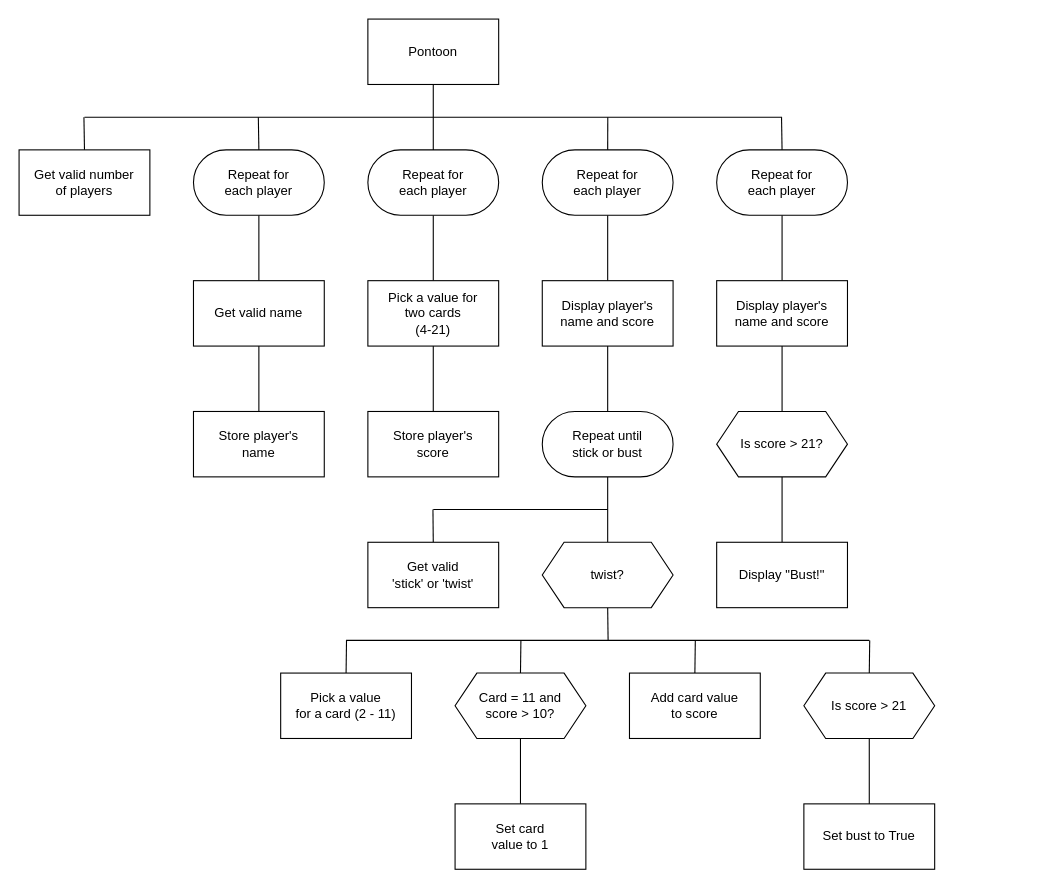
Earlier version of the draw.io diagram n5/sdd/N5-SDD-Pontoon/assets/N5-SDD-Pontoon.drawio (MrFriendCS/MrFriendCS.github.io). Source tidied: cells renumbered, new cells numbered last; positions are measured from the earlier drawing's top-left corner, leaving out a move shared by most shapes. Both pictures are drawn from the tidied source at 109%, with x=0, y=0 at pixel (19, 19).
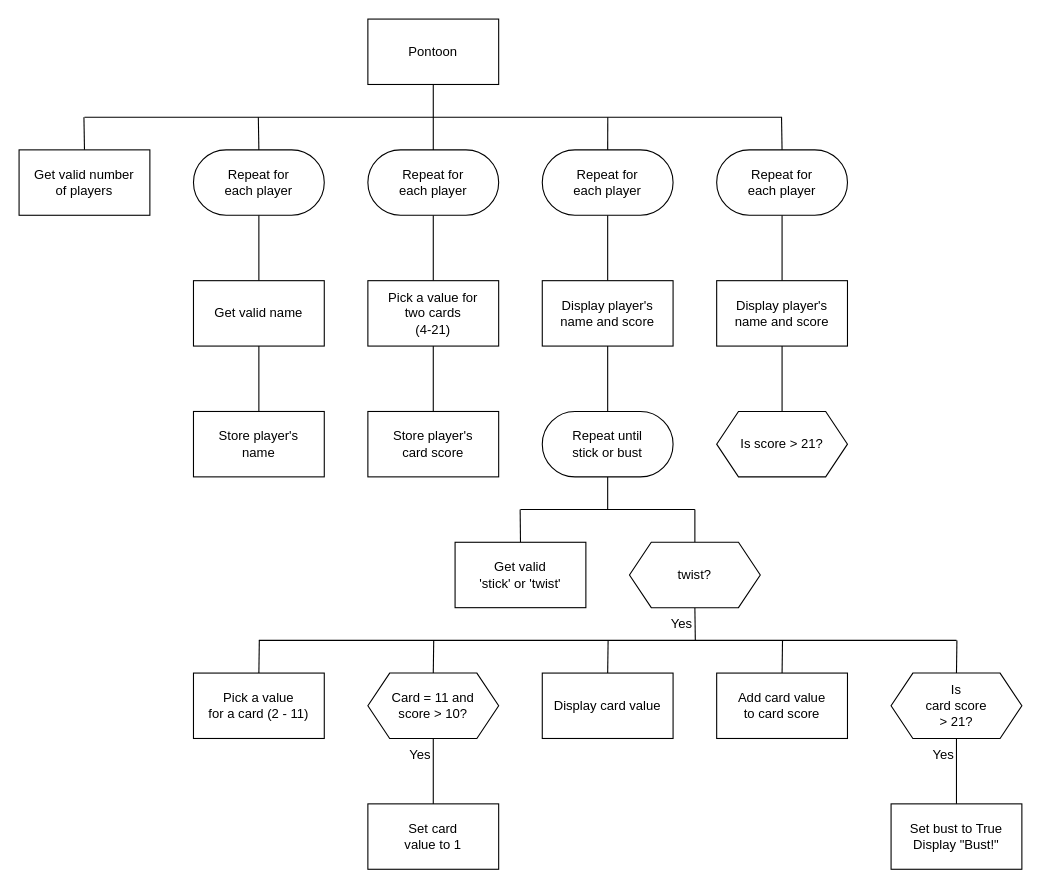
The same page after the edit.

The change refers to these unchanged cells:
```xml
<mxCell id="23" value="Repeat until&lt;br&gt;stick or bust" style="rounded=1;whiteSpace=wrap;html=1;arcSize=50;" parent="1" vertex="1">
  <mxGeometry x="480" y="360" width="120" height="60" as="geometry" />
</mxCell>
<mxCell id="46" value="Is score &amp;gt; 21?" style="shape=hexagon;perimeter=hexagonPerimeter2;whiteSpace=wrap;html=1;fixedSize=1;" parent="1" vertex="1">
  <mxGeometry x="640" y="360" width="120" height="60" as="geometry" />
</mxCell>
```

What changed in the source:
```diff
@@
-    <mxCell id="16" value="Store player's&lt;br&gt;score" style="rounded=0;whiteSpace=wrap;html=1;" parent="1" vertex="1">
+    <mxCell id="16" value="Store player's&lt;br&gt;card score" style="rounded=0;whiteSpace=wrap;html=1;" parent="1" vertex="1">
       <mxGeometry x="320" y="360" width="120" height="60" as="geometry" />
     </mxCell>
@@
-    <mxCell id="22" style="edgeStyle=none;shape=connector;rounded=0;jettySize=auto;html=1;exitX=0.5;exitY=1;exitDx=0;exitDy=0;entryX=0.5;entryY=0;entryDx=0;entryDy=0;labelBackgroundColor=default;strokeColor=default;fontFamily=Helvetica;fontSize=11;fontColor=default;endArrow=none;endFill=0;" parent="1" edge="1" source="23" target="27">
-      <mxGeometry relative="1" as="geometry" />
+    <mxCell id="22" style="edgeStyle=none;shape=connector;rounded=0;jettySize=auto;html=1;exitX=0.5;exitY=1;exitDx=0;exitDy=0;labelBackgroundColor=default;strokeColor=default;fontFamily=Helvetica;fontSize=11;fontColor=default;endArrow=none;endFill=0;" parent="1" edge="1" source="23">
+      <mxGeometry relative="1" as="geometry">
+        <mxPoint x="540" y="450" as="targetPoint" />
+      </mxGeometry>
     </mxCell>
@@
     <mxCell id="24" style="edgeStyle=none;shape=connector;rounded=0;jettySize=auto;html=1;exitX=0.5;exitY=0;exitDx=0;exitDy=0;labelBackgroundColor=default;strokeColor=default;fontFamily=Helvetica;fontSize=11;fontColor=default;endArrow=none;endFill=0;" parent="1" edge="1" source="25">
       <mxGeometry relative="1" as="geometry">
-        <mxPoint x="379.7" y="450" as="targetPoint" />
+        <mxPoint x="459.7" y="450" as="targetPoint" />
       </mxGeometry>
     </mxCell>
     <mxCell id="25" value="Get valid&lt;br&gt;'stick' or 'twist'" style="rounded=0;whiteSpace=wrap;html=1;" parent="1" vertex="1">
-      <mxGeometry x="320" y="480" width="120" height="60" as="geometry" />
+      <mxGeometry x="400" y="480" width="120" height="60" as="geometry" />
     </mxCell>
     <mxCell id="26" style="edgeStyle=none;shape=connector;rounded=0;jettySize=auto;html=1;exitX=0.5;exitY=1;exitDx=0;exitDy=0;labelBackgroundColor=default;strokeColor=default;fontFamily=Helvetica;fontSize=11;fontColor=default;endArrow=none;endFill=0;" parent="1" edge="1" source="27">
       <mxGeometry relative="1" as="geometry">
-        <mxPoint x="540.4" y="570" as="targetPoint" />
+        <mxPoint x="620.4" y="570" as="targetPoint" />
       </mxGeometry>
     </mxCell>
+    <mxCell id="51" style="edgeStyle=orthogonalEdgeStyle;rounded=0;jettySize=auto;html=1;exitX=0.5;exitY=0;exitDx=0;exitDy=0;endArrow=none;endFill=0;" parent="1" edge="1" source="27">
+      <mxGeometry relative="1" as="geometry">
+        <mxPoint x="620" y="450" as="targetPoint" />
+      </mxGeometry>
+    </mxCell>
     <mxCell id="27" value="twist?" style="shape=hexagon;perimeter=hexagonPerimeter2;whiteSpace=wrap;html=1;fixedSize=1;" parent="1" vertex="1">
-      <mxGeometry x="480" y="480" width="120" height="60" as="geometry" />
+      <mxGeometry x="560" y="480" width="120" height="60" as="geometry" />
     </mxCell>
     <mxCell id="28" style="edgeStyle=none;shape=connector;rounded=0;jettySize=auto;html=1;exitX=0.5;exitY=0;exitDx=0;exitDy=0;labelBackgroundColor=default;strokeColor=default;fontFamily=Helvetica;fontSize=11;fontColor=default;endArrow=none;endFill=0;" parent="1" edge="1" source="29">
       <mxGeometry relative="1" as="geometry">
-        <mxPoint x="620.4" y="570" as="targetPoint" />
+        <mxPoint x="700.4" y="570" as="targetPoint" />
       </mxGeometry>
     </mxCell>
-    <mxCell id="29" value="Add card value&lt;br&gt;to score" style="rounded=0;whiteSpace=wrap;html=1;" parent="1" vertex="1">
-      <mxGeometry x="560" y="600" width="120" height="60" as="geometry" />
+    <mxCell id="29" value="Add card value&lt;br&gt;to card score" style="rounded=0;whiteSpace=wrap;html=1;" parent="1" vertex="1">
+      <mxGeometry x="640" y="600" width="120" height="60" as="geometry" />
     </mxCell>
     <mxCell id="30" style="edgeStyle=none;shape=connector;rounded=0;jettySize=auto;html=1;exitX=0.5;exitY=0;exitDx=0;exitDy=0;labelBackgroundColor=default;strokeColor=default;fontFamily=Helvetica;fontSize=11;fontColor=default;endArrow=none;endFill=0;" parent="1" edge="1" source="31">
       <mxGeometry relative="1" as="geometry">
-        <mxPoint x="300.4" y="570" as="targetPoint" />
+        <mxPoint x="220.4" y="570" as="targetPoint" />
       </mxGeometry>
     </mxCell>
     <mxCell id="31" value="Pick a value&lt;br&gt;for a card (2 - 11)" style="rounded=0;whiteSpace=wrap;html=1;" parent="1" vertex="1">
-      <mxGeometry x="240" y="600" width="120" height="60" as="geometry" />
+      <mxGeometry x="160" y="600" width="120" height="60" as="geometry" />
     </mxCell>
@@
     <mxCell id="33" style="edgeStyle=none;shape=connector;rounded=0;jettySize=auto;html=1;exitX=0.5;exitY=0;exitDx=0;exitDy=0;labelBackgroundColor=default;strokeColor=default;fontFamily=Helvetica;fontSize=11;fontColor=default;endArrow=none;endFill=0;" parent="1" edge="1" source="34">
       <mxGeometry relative="1" as="geometry">
-        <mxPoint x="460.4" y="570" as="targetPoint" />
+        <mxPoint x="380.4" y="570" as="targetPoint" />
       </mxGeometry>
     </mxCell>
     <mxCell id="34" value="Card = 11 and&lt;br&gt;score &amp;gt; 10?" style="shape=hexagon;perimeter=hexagonPerimeter2;whiteSpace=wrap;html=1;fixedSize=1;" parent="1" vertex="1">
-      <mxGeometry x="400" y="600" width="120" height="60" as="geometry" />
+      <mxGeometry x="320" y="600" width="120" height="60" as="geometry" />
     </mxCell>
     <mxCell id="35" value="Set card&lt;br&gt;value to 1" style="rounded=0;whiteSpace=wrap;html=1;" parent="1" vertex="1">
-      <mxGeometry x="400" y="720" width="120" height="60" as="geometry" />
+      <mxGeometry x="320" y="720" width="120" height="60" as="geometry" />
     </mxCell>
@@
     <mxCell id="37" style="edgeStyle=none;shape=connector;rounded=0;jettySize=auto;html=1;exitX=0.5;exitY=0;exitDx=0;exitDy=0;labelBackgroundColor=default;strokeColor=default;fontFamily=Helvetica;fontSize=11;fontColor=default;endArrow=none;endFill=0;" parent="1" edge="1" source="38">
       <mxGeometry relative="1" as="geometry">
-        <mxPoint x="780.4" y="570" as="targetPoint" />
+        <mxPoint x="860.4" y="570" as="targetPoint" />
       </mxGeometry>
     </mxCell>
-    <mxCell id="38" value="Is score &amp;gt; 21" style="shape=hexagon;perimeter=hexagonPerimeter2;whiteSpace=wrap;html=1;fixedSize=1;" parent="1" vertex="1">
-      <mxGeometry x="720" y="600" width="120" height="60" as="geometry" />
+    <mxCell id="38" value="Is&lt;div&gt;card score&lt;/div&gt;&lt;div&gt;&amp;gt; 21?&lt;/div&gt;" style="shape=hexagon;perimeter=hexagonPerimeter2;whiteSpace=wrap;html=1;fixedSize=1;" parent="1" vertex="1">
+      <mxGeometry x="800" y="600" width="120" height="60" as="geometry" />
     </mxCell>
-    <mxCell id="39" value="Set bust to True" style="rounded=0;whiteSpace=wrap;html=1;" parent="1" vertex="1">
-      <mxGeometry x="720" y="720" width="120" height="60" as="geometry" />
+    <mxCell id="39" value="Set bust to True&lt;div&gt;Display &quot;Bust!&quot;&lt;/div&gt;" style="rounded=0;whiteSpace=wrap;html=1;" parent="1" vertex="1">
+      <mxGeometry x="800" y="720" width="120" height="60" as="geometry" />
     </mxCell>
@@
-    <mxCell id="45" style="edgeStyle=none;shape=connector;rounded=0;jettySize=auto;html=1;exitX=0.5;exitY=1;exitDx=0;exitDy=0;entryX=0.5;entryY=0;entryDx=0;entryDy=0;labelBackgroundColor=default;strokeColor=default;fontFamily=Helvetica;fontSize=11;fontColor=default;endArrow=none;endFill=0;" parent="1" edge="1" source="46" target="47">
-      <mxGeometry relative="1" as="geometry" />
-    </mxCell>
@@
-    <mxCell id="47" value="Display &quot;Bust!&quot;" style="rounded=0;whiteSpace=wrap;html=1;" parent="1" vertex="1">
-      <mxGeometry x="640" y="480" width="120" height="60" as="geometry" />
-    </mxCell>
     <mxCell id="48" style="endArrow=none;html=1;rounded=0;labelBackgroundColor=default;strokeColor=default;fontFamily=Helvetica;fontSize=11;fontColor=default;shape=connector;" parent="1" edge="1">
       <mxGeometry relative="1" as="geometry">
-        <mxPoint x="300" y="570" as="sourcePoint" />
-        <mxPoint x="780" y="570" as="targetPoint" />
+        <mxPoint x="220" y="570" as="sourcePoint" />
+        <mxPoint x="860" y="570" as="targetPoint" />
       </mxGeometry>
     </mxCell>
     <mxCell id="49" style="endArrow=none;html=1;rounded=0;labelBackgroundColor=default;strokeColor=default;fontFamily=Helvetica;fontSize=11;fontColor=default;shape=connector;" parent="1" edge="1">
       <mxGeometry relative="1" as="geometry">
-        <mxPoint x="380" y="450" as="sourcePoint" />
-        <mxPoint x="540" y="450" as="targetPoint" />
+        <mxPoint x="460" y="450" as="sourcePoint" />
+        <mxPoint x="620" y="450" as="targetPoint" />
       </mxGeometry>
     </mxCell>
@@
+    <mxCell id="52" value="Yes" style="text;html=1;align=right;verticalAlign=middle;whiteSpace=wrap;rounded=0;" parent="1" vertex="1">
+      <mxGeometry x="580" y="540" width="40" height="30" as="geometry" />
+    </mxCell>
+    <mxCell id="53" value="Yes" style="text;html=1;align=right;verticalAlign=middle;whiteSpace=wrap;rounded=0;" parent="1" vertex="1">
+      <mxGeometry x="820" y="660" width="40" height="30" as="geometry" />
+    </mxCell>
+    <mxCell id="54" value="Yes" style="text;html=1;align=right;verticalAlign=middle;whiteSpace=wrap;rounded=0;" parent="1" vertex="1">
+      <mxGeometry x="340" y="660" width="40" height="30" as="geometry" />
+    </mxCell>
+    <mxCell id="55" style="edgeStyle=none;shape=connector;rounded=0;jettySize=auto;html=1;exitX=0.5;exitY=0;exitDx=0;exitDy=0;labelBackgroundColor=default;strokeColor=default;fontFamily=Helvetica;fontSize=11;fontColor=default;endArrow=none;endFill=0;" parent="1" edge="1" source="56">
+      <mxGeometry relative="1" as="geometry">
+        <mxPoint x="540.4" y="570" as="targetPoint" />
+      </mxGeometry>
+    </mxCell>
+    <mxCell id="56" value="Display card value" style="rounded=0;whiteSpace=wrap;html=1;" parent="1" vertex="1">
+      <mxGeometry x="480" y="600" width="120" height="60" as="geometry" />
+    </mxCell>
```
